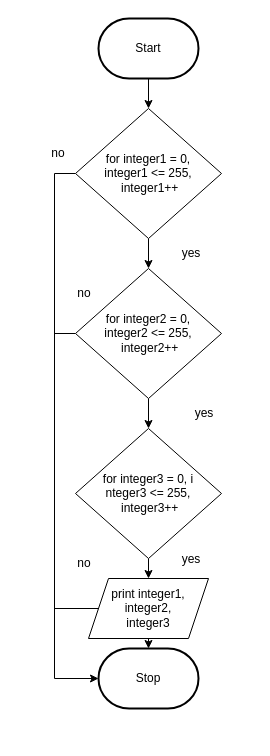
The draw.io diagram Drawio/FlowChart.Drawio in JacksonNaufal/ICS3U-Unit4-06-Python, before the edit. Source tidied: cells renumbered, new cells numbered last; positions are measured from the earlier drawing's top-left corner, leaving out a move shared by most shapes. Both pictures are drawn from the tidied source at 100%, with x=0, y=0 at pixel (28, 18).
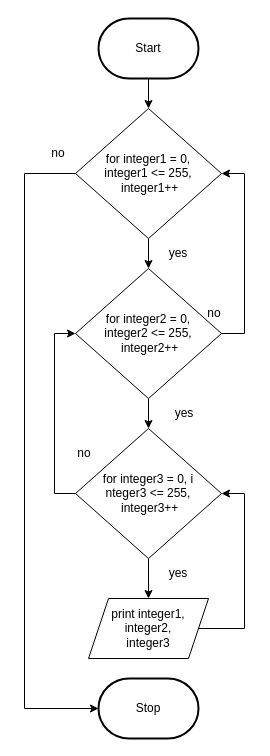
The same diagram, later.

Unchanged cells that the change refers to:
```xml
<mxCell id="7" value="for integer1&amp;nbsp;= 0, &lt;br&gt;integer1 &amp;lt;= 255,&lt;br&gt;&amp;nbsp;integer1++" style="rhombus;whiteSpace=wrap;html=1;" parent="1" vertex="1">
  <mxGeometry x="47" y="90" width="146" height="130" as="geometry" />
</mxCell>
<mxCell id="10" value="for integer2 = 0, &lt;br&gt;integer2 &amp;lt;= 255,&lt;br&gt;&amp;nbsp;integer2++" style="rhombus;whiteSpace=wrap;html=1;" parent="1" vertex="1">
  <mxGeometry x="47" y="250" width="146" height="130" as="geometry" />
</mxCell>
<mxCell id="13" value="for integer3&amp;nbsp;= 0, i&lt;br&gt;nteger3 &amp;lt;= 255,&lt;br&gt;&amp;nbsp;integer3++" style="rhombus;whiteSpace=wrap;html=1;" parent="1" vertex="1">
  <mxGeometry x="47" y="410" width="146" height="130" as="geometry" />
</mxCell>
```

What changed in the source:
```diff
@@
     <mxCell id="4" value="Stop" style="strokeWidth=2;html=1;shape=mxgraph.flowchart.terminator;whiteSpace=wrap;rounded=1;" parent="1" vertex="1">
-      <mxGeometry x="70" y="630" width="100" height="60" as="geometry" />
+      <mxGeometry x="70" y="660" width="100" height="60" as="geometry" />
     </mxCell>
@@
-    <mxCell id="6" style="edgeStyle=none;html=1;fontSize=12;entryX=0;entryY=0.5;entryDx=0;entryDy=0;entryPerimeter=0;rounded=0;" parent="1" edge="1" source="7" target="4">
+    <mxCell id="6" style="edgeStyle=none;rounded=0;html=1;entryX=0;entryY=0.5;entryDx=0;entryDy=0;entryPerimeter=0;" parent="1" edge="1" source="7" target="4">
       <mxGeometry relative="1" as="geometry">
         <Array as="points">
-          <mxPoint x="26" y="155" />
-          <mxPoint x="26" y="660" />
+          <mxPoint x="-4" y="155" />
+          <mxPoint x="-4" y="690" />
         </Array>
       </mxGeometry>
     </mxCell>
@@
-    <mxCell id="9" style="edgeStyle=none;rounded=0;html=1;fontSize=12;endArrow=none;endFill=0;" parent="1" edge="1" source="10">
-      <mxGeometry relative="1" as="geometry">
-        <mxPoint x="26" y="315" as="targetPoint" />
-      </mxGeometry>
-    </mxCell>
+    <mxCell id="22" style="edgeStyle=none;rounded=0;html=1;entryX=1;entryY=0.5;entryDx=0;entryDy=0;" parent="1" edge="1" source="10" target="7">
+      <mxGeometry relative="1" as="geometry">
+        <Array as="points">
+          <mxPoint x="216" y="315" />
+          <mxPoint x="216" y="155" />
+        </Array>
+      </mxGeometry>
+    </mxCell>
@@
-    <mxCell id="11" style="edgeStyle=none;html=1;startArrow=none;" parent="1" edge="1" source="15" target="4">
-      <mxGeometry relative="1" as="geometry" />
-    </mxCell>
@@
+    <mxCell id="23" style="edgeStyle=none;rounded=0;html=1;entryX=0;entryY=0.5;entryDx=0;entryDy=0;" parent="1" edge="1" source="13" target="10">
+      <mxGeometry relative="1" as="geometry">
+        <Array as="points">
+          <mxPoint x="26" y="475" />
+          <mxPoint x="26" y="315" />
+        </Array>
+      </mxGeometry>
+    </mxCell>
@@
-    <mxCell id="14" style="edgeStyle=none;rounded=0;html=1;fontSize=12;endArrow=none;endFill=0;" parent="1" edge="1" source="15">
-      <mxGeometry relative="1" as="geometry">
-        <mxPoint x="26" y="590" as="targetPoint" />
-      </mxGeometry>
-    </mxCell>
+    <mxCell id="24" style="edgeStyle=none;html=1;entryX=1;entryY=0.5;entryDx=0;entryDy=0;rounded=0;" parent="1" edge="1" source="15" target="13">
+      <mxGeometry relative="1" as="geometry">
+        <Array as="points">
+          <mxPoint x="216" y="610" />
+          <mxPoint x="216" y="475" />
+        </Array>
+      </mxGeometry>
+    </mxCell>
     <mxCell id="15" value="&lt;font style=&quot;font-size: 12px&quot;&gt;print integer1, integer2, &lt;br&gt;integer3&lt;/font&gt;" style="shape=parallelogram;perimeter=parallelogramPerimeter;whiteSpace=wrap;html=1;fixedSize=1;fontSize=8;" parent="1" vertex="1">
-      <mxGeometry x="60" y="560" width="120" height="60" as="geometry" />
+      <mxGeometry x="60" y="580" width="120" height="60" as="geometry" />
     </mxCell>
     <mxCell id="16" value="yes" style="text;html=1;strokeColor=none;fillColor=none;align=center;verticalAlign=middle;whiteSpace=wrap;rounded=0;fontSize=12;" parent="1" vertex="1">
-      <mxGeometry x="146" y="380" width="60" height="30" as="geometry" />
+      <mxGeometry x="126" y="380" width="60" height="30" as="geometry" />
     </mxCell>
     <mxCell id="17" value="yes" style="text;html=1;strokeColor=none;fillColor=none;align=center;verticalAlign=middle;whiteSpace=wrap;rounded=0;fontSize=12;" parent="1" vertex="1">
-      <mxGeometry x="133" y="220" width="60" height="30" as="geometry" />
+      <mxGeometry x="120" y="220" width="60" height="30" as="geometry" />
     </mxCell>
     <mxCell id="18" value="yes" style="text;html=1;strokeColor=none;fillColor=none;align=center;verticalAlign=middle;whiteSpace=wrap;rounded=0;fontSize=12;" parent="1" vertex="1">
-      <mxGeometry x="133" y="526" width="60" height="30" as="geometry" />
+      <mxGeometry x="120" y="540" width="60" height="30" as="geometry" />
     </mxCell>
     <mxCell id="19" value="no" style="text;html=1;strokeColor=none;fillColor=none;align=center;verticalAlign=middle;whiteSpace=wrap;rounded=0;fontSize=12;" parent="1" vertex="1">
-      <mxGeometry x="26" y="530" width="60" height="30" as="geometry" />
+      <mxGeometry x="26" y="420" width="60" height="30" as="geometry" />
     </mxCell>
     <mxCell id="20" value="no" style="text;html=1;strokeColor=none;fillColor=none;align=center;verticalAlign=middle;whiteSpace=wrap;rounded=0;fontSize=12;" parent="1" vertex="1">
-      <mxGeometry x="26" y="260" width="60" height="30" as="geometry" />
+      <mxGeometry x="156" y="280" width="60" height="30" as="geometry" />
     </mxCell>
```
